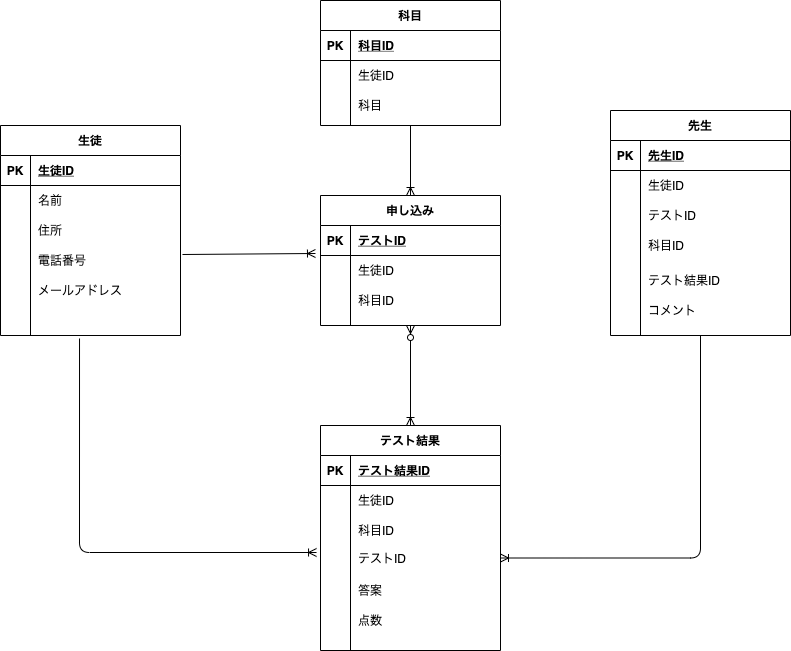
The draw.io diagram ERtest.drawio.png in Ufaa/DB20210802goto, before a commit. Source tidied: cells renumbered, new cells last; positions are measured from the earlier drawing's top-left corner, leaving out a move shared by most shapes.
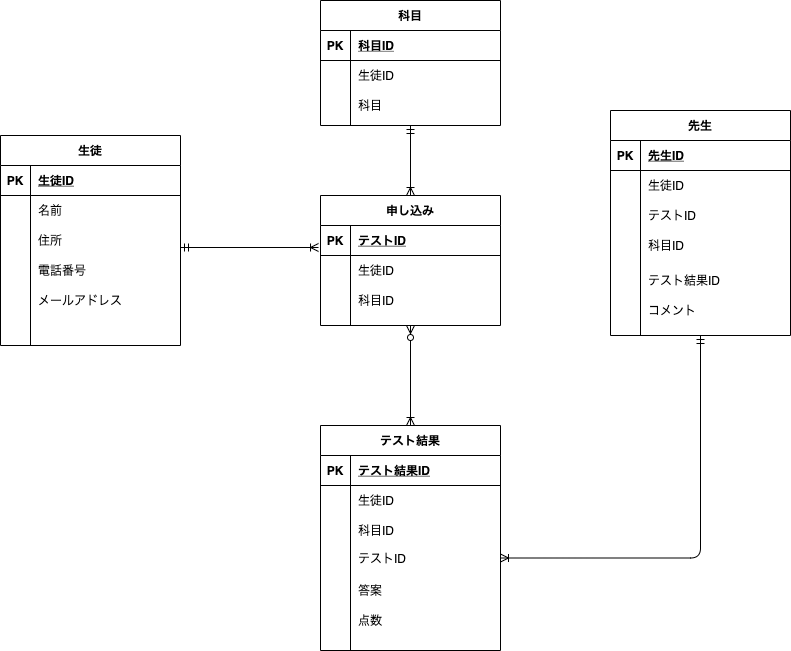
After the change.

Diff of the diagram source:
```diff
@@ -90,7 +90,7 @@
       <mxGeometry x="30" width="150" height="30" as="geometry" />
     </mxCell>
     <mxCell id="31" value="生徒" style="shape=table;startSize=30;rowLines=0;fontStyle=1;align=center;" parent="1" vertex="1">
-      <mxGeometry y="125" width="180" height="210" as="geometry" />
+      <mxGeometry y="135" width="180" height="210" as="geometry" />
     </mxCell>
     <mxCell id="32" style="shape=partialRectangle;fillColor=none;top=0;left=0;bottom=1;right=0;" parent="31" vertex="1">
       <mxGeometry y="30" width="180" height="30" as="geometry" />
@@ -236,21 +236,16 @@
     <mxCell id="79" value="科目" style="shape=partialRectangle;fillColor=none;top=0;left=0;bottom=0;right=0;align=left;spacingLeft=6;overflow=hidden;" parent="77" vertex="1">
       <mxGeometry x="30" width="150" height="30" as="geometry" />
     </mxCell>
-    <mxCell id="80" style="fontSize=12;html=1;endArrow=ERoneToMany;exitX=1.011;exitY=0.3;exitDx=0;exitDy=0;exitPerimeter=0;entryX=-0.028;entryY=-0.067;entryDx=0;entryDy=0;entryPerimeter=0;" parent="1" edge="1" source="41" target="25">
-      <mxGeometry relative="1" as="geometry" />
-    </mxCell>
+    <mxCell id="84" style="fontSize=12;html=1;endArrow=ERoneToMany;startArrow=ERmandOne;entryX=-0.011;entryY=0.733;entryDx=0;entryDy=0;entryPerimeter=0;" parent="1" edge="1" target="22">
+      <mxGeometry relative="1" as="geometry">
+        <mxPoint x="180" y="247" as="sourcePoint" />
+      </mxGeometry>
+    </mxCell>
+    <mxCell id="82" style="edgeStyle=orthogonalEdgeStyle;fontSize=12;html=1;endArrow=ERoneToMany;startArrow=ERmandOne;entryX=1;entryY=0.5;entryDx=0;entryDy=0;exitX=0.5;exitY=1;exitDx=0;exitDy=0;" parent="1" edge="1" source="2" target="60">
+      <mxGeometry relative="1" as="geometry" />
+    </mxCell>
-    <mxCell id="81" style="fontSize=12;html=1;endArrow=ERoneToMany;entryX=0.5;entryY=0;entryDx=0;entryDy=0;exitX=0.5;exitY=1;exitDx=0;exitDy=0;" parent="1" edge="1" source="70" target="21">
+    <mxCell id="81" style="fontSize=12;html=1;endArrow=ERoneToMany;startArrow=ERmandOne;exitX=0.5;exitY=1;exitDx=0;exitDy=0;entryX=0.5;entryY=0;entryDx=0;entryDy=0;" parent="1" edge="1" source="70" target="21">
       <mxGeometry relative="1" as="geometry" />
     </mxCell>
-    <mxCell id="82" style="edgeStyle=orthogonalEdgeStyle;fontSize=12;html=1;endArrow=ERoneToMany;exitX=0.5;exitY=1;exitDx=0;exitDy=0;entryX=1;entryY=0.5;entryDx=0;entryDy=0;" parent="1" edge="1" source="2" target="60">
-      <mxGeometry relative="1" as="geometry" />
-    </mxCell>
-    <mxCell id="83" style="edgeStyle=orthogonalEdgeStyle;fontSize=12;html=1;endArrow=ERoneToMany;entryX=-0.022;entryY=0.28;entryDx=0;entryDy=0;entryPerimeter=0;exitX=0.439;exitY=1.1;exitDx=0;exitDy=0;exitPerimeter=0;" parent="1" edge="1" source="47" target="60">
-      <mxGeometry relative="1" as="geometry">
-        <Array as="points">
-          <mxPoint x="79" y="552" />
-        </Array>
-      </mxGeometry>
-    </mxCell>
   </root>
 </mxGraphModel>
```
